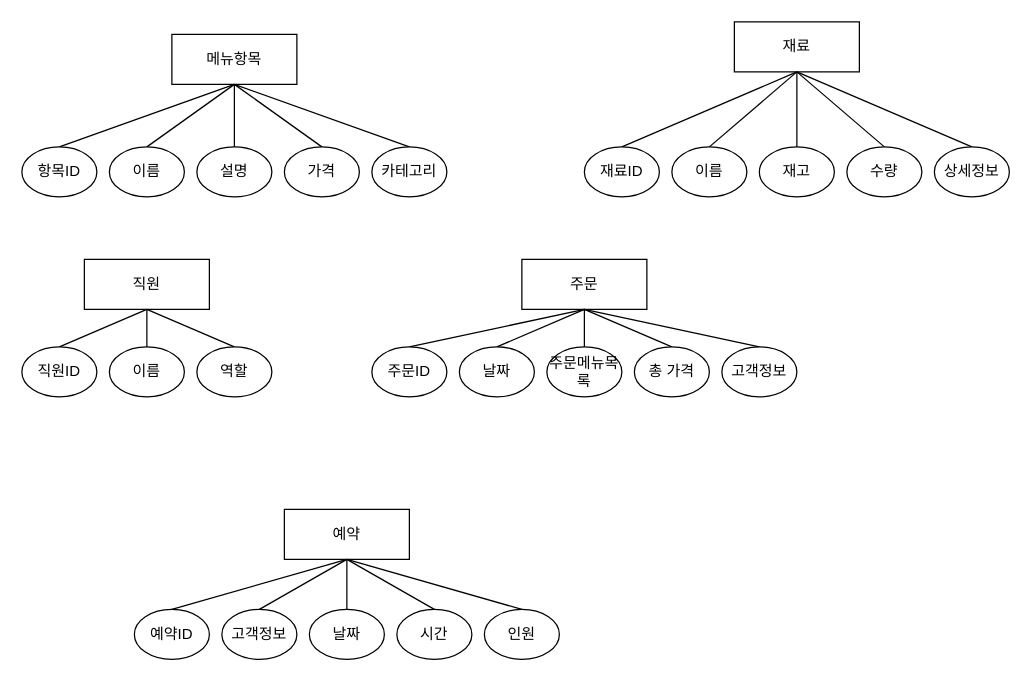
Before: 이탈리안_레스토랑_데베설과제.drawio in dbsrudrla/diagram, a draw.io diagram. Source tidied: cells renumbered, new cells numbered last; positions are measured from the earlier drawing's top-left corner, leaving out a move shared by most shapes. Both pictures are drawn from the tidied source at 125%, with x=0, y=0 at pixel (21, 21).
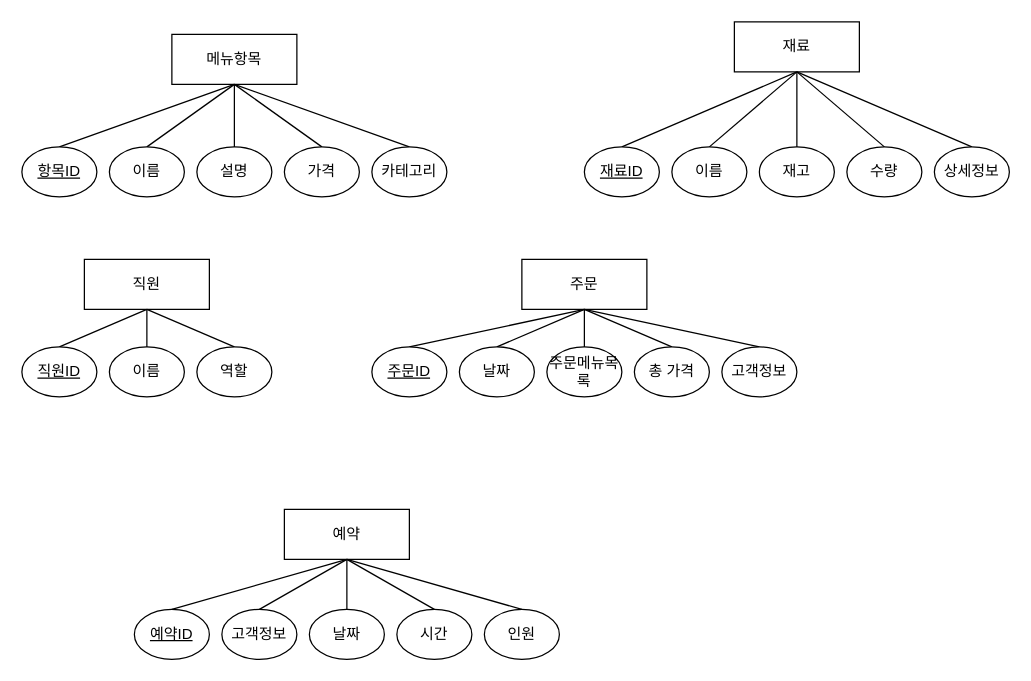
Above is the later version.

Commit message:
이탈리안_레스토랑_데베설과제.drawio 업데이트

What changed in the source:
```diff
@@
-    <mxCell id="12" value="재료ID" style="ellipse;whiteSpace=wrap;html=1;align=center;" parent="1" vertex="1">
+    <mxCell id="12" value="&lt;u&gt;재료ID&lt;/u&gt;" style="ellipse;whiteSpace=wrap;html=1;align=center;" parent="1" vertex="1">
       <mxGeometry x="450" y="100" width="60" height="40" as="geometry" />
     </mxCell>
@@
-    <mxCell id="22" value="항목ID" style="ellipse;whiteSpace=wrap;html=1;align=center;" parent="1" vertex="1">
+    <mxCell id="22" value="&lt;u&gt;항목ID&lt;/u&gt;" style="ellipse;whiteSpace=wrap;html=1;align=center;" parent="1" vertex="1">
       <mxGeometry y="100" width="60" height="40" as="geometry" />
     </mxCell>
@@
-    <mxCell id="30" value="직원ID" style="ellipse;whiteSpace=wrap;html=1;align=center;" parent="1" vertex="1">
+    <mxCell id="30" value="직원ID" style="ellipse;whiteSpace=wrap;html=1;align=center;fontStyle=4;" parent="1" vertex="1">
       <mxGeometry y="260" width="60" height="40" as="geometry" />
     </mxCell>
@@
-    <mxCell id="34" value="주문ID" style="ellipse;whiteSpace=wrap;html=1;align=center;" parent="1" vertex="1">
+    <mxCell id="34" value="&lt;u&gt;주문ID&lt;/u&gt;" style="ellipse;whiteSpace=wrap;html=1;align=center;" parent="1" vertex="1">
       <mxGeometry x="280" y="260" width="60" height="40" as="geometry" />
     </mxCell>
@@
-    <mxCell id="44" value="예약ID" style="ellipse;whiteSpace=wrap;html=1;align=center;" parent="1" vertex="1">
+    <mxCell id="44" value="&lt;u&gt;예약ID&lt;/u&gt;" style="ellipse;whiteSpace=wrap;html=1;align=center;" parent="1" vertex="1">
       <mxGeometry x="90" y="470" width="60" height="40" as="geometry" />
     </mxCell>
```
